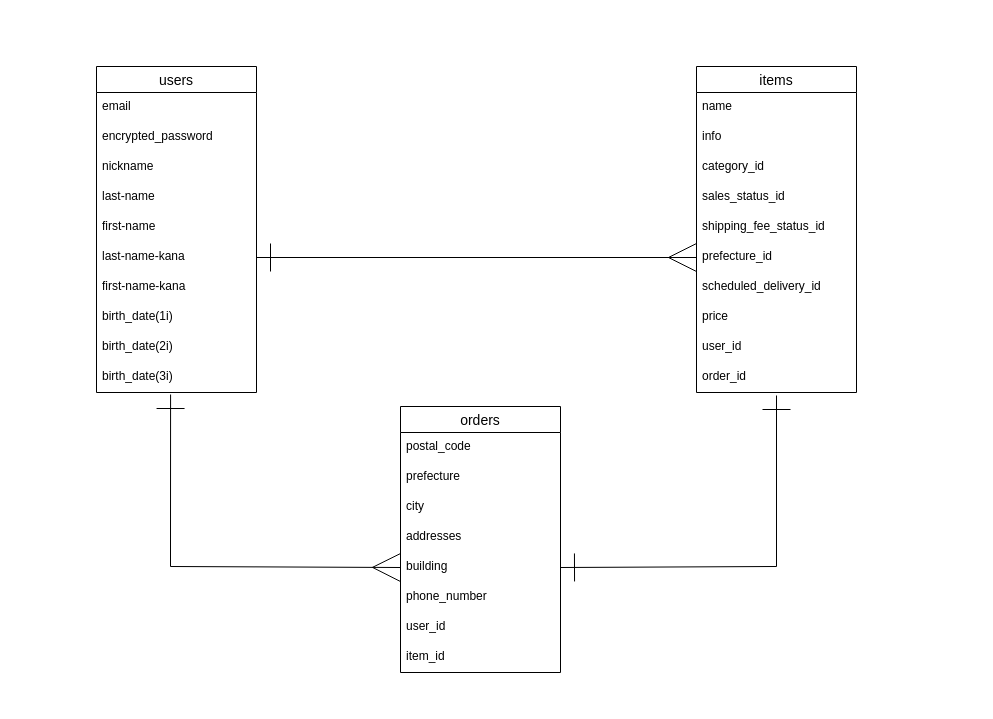
Before: er.dio in mamimama2024/furima-40338, a draw.io diagram. Source tidied: cells renumbered, new cells numbered last; positions are measured from the earlier drawing's top-left corner, leaving out a move shared by most shapes. Both pictures are drawn from the tidied source at 100%, with x=0, y=0 at pixel (16, 16).
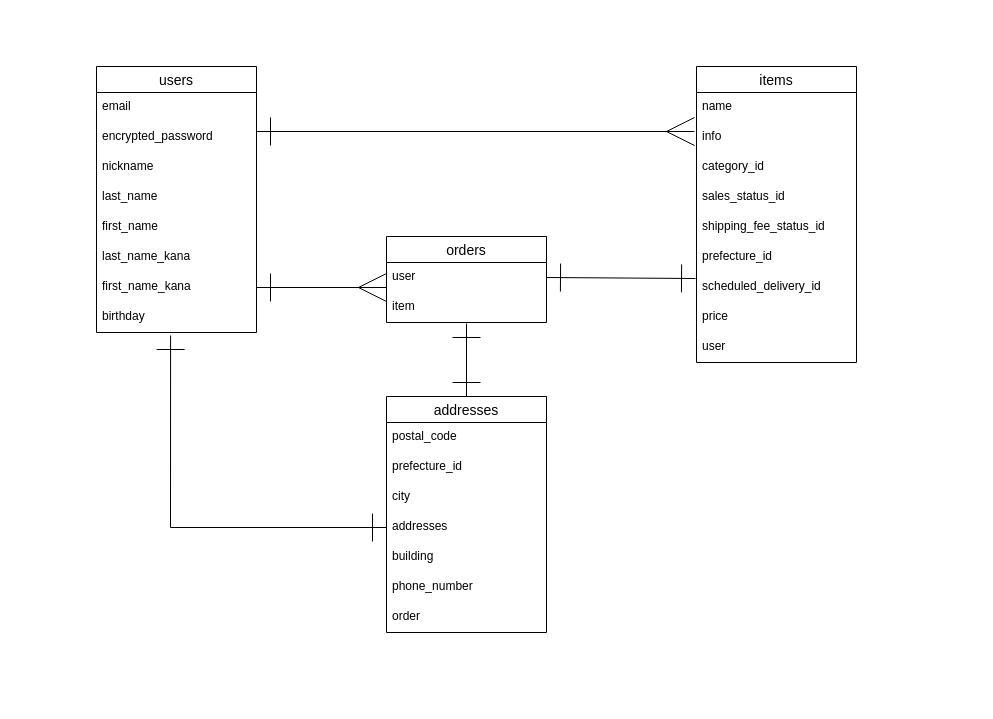
After the change.

Commit message (it also covers changes not shown here):
データベース設計の修正

Unchanged cells that the change refers to:
```xml
<mxCell id="4" value="encrypted_password" style="text;strokeColor=none;fillColor=none;spacingLeft=4;spacingRight=4;overflow=hidden;points=[[0,0.5],[1,0.5]];portConstraint=eastwest;fontSize=12;" parent="2" vertex="1">
  <mxGeometry y="56" width="160" height="30" as="geometry" />
</mxCell>
<mxCell id="19" value="prefecture_id" style="text;strokeColor=none;fillColor=none;spacingLeft=4;spacingRight=4;overflow=hidden;points=[[0,0.5],[1,0.5]];portConstraint=eastwest;fontSize=12;" parent="13" vertex="1">
  <mxGeometry y="176" width="160" height="30" as="geometry" />
</mxCell>
<mxCell id="20" value="scheduled_delivery_id" style="text;strokeColor=none;fillColor=none;spacingLeft=4;spacingRight=4;overflow=hidden;points=[[0,0.5],[1,0.5]];portConstraint=eastwest;fontSize=12;" parent="13" vertex="1">
  <mxGeometry y="206" width="160" height="30" as="geometry" />
</mxCell>
<mxCell id="29" value="addresses" style="text;strokeColor=none;fillColor=none;spacingLeft=4;spacingRight=4;overflow=hidden;points=[[0,0.5],[1,0.5]];portConstraint=eastwest;fontSize=12;" parent="25" vertex="1">
  <mxGeometry y="116" width="160" height="30" as="geometry" />
</mxCell>
<mxCell id="30" value="building" style="text;strokeColor=none;fillColor=none;spacingLeft=4;spacingRight=4;overflow=hidden;points=[[0,0.5],[1,0.5]];portConstraint=eastwest;fontSize=12;" parent="25" vertex="1">
  <mxGeometry y="146" width="160" height="30" as="geometry" />
</mxCell>
```

The edit, as a diff of the source:
```diff
@@
-<mxGraphModel background="#ffffff">
+<mxGraphModel>
@@
     <mxCell id="2" value="users" style="swimlane;fontStyle=0;horizontal=1;startSize=26;align=center;fontSize=14;" parent="1" vertex="1">
-      <mxGeometry x="80" y="50" width="160" height="326" as="geometry" />
+      <mxGeometry x="80" y="50" width="160" height="266" as="geometry" />
     </mxCell>
@@
-    <mxCell id="6" value="last-name" style="text;strokeColor=none;fillColor=none;spacingLeft=4;spacingRight=4;overflow=hidden;fontSize=12;" parent="2" vertex="1">
+    <mxCell id="6" value="last_name" style="text;strokeColor=none;fillColor=none;spacingLeft=4;spacingRight=4;overflow=hidden;fontSize=12;" parent="2" vertex="1">
       <mxGeometry y="116" width="160" height="30" as="geometry" />
     </mxCell>
-    <mxCell id="7" value="first-name" style="text;strokeColor=none;fillColor=none;spacingLeft=4;spacingRight=4;overflow=hidden;fontSize=12;" parent="2" vertex="1">
+    <mxCell id="7" value="first_name" style="text;strokeColor=none;fillColor=none;spacingLeft=4;spacingRight=4;overflow=hidden;fontSize=12;" parent="2" vertex="1">
       <mxGeometry y="146" width="160" height="30" as="geometry" />
     </mxCell>
-    <mxCell id="8" value="last-name-kana" style="text;strokeColor=none;fillColor=none;spacingLeft=4;spacingRight=4;overflow=hidden;points=[[0,0.5],[1,0.5]];portConstraint=eastwest;fontSize=12;" parent="2" vertex="1">
+    <mxCell id="8" value="last_name_kana" style="text;strokeColor=none;fillColor=none;spacingLeft=4;spacingRight=4;overflow=hidden;points=[[0,0.5],[1,0.5]];portConstraint=eastwest;fontSize=12;" parent="2" vertex="1">
       <mxGeometry y="176" width="160" height="30" as="geometry" />
     </mxCell>
-    <mxCell id="9" value="first-name-kana&#10;" style="text;strokeColor=none;fillColor=none;spacingLeft=4;spacingRight=4;overflow=hidden;points=[[0,0.5],[1,0.5]];portConstraint=eastwest;fontSize=12;" parent="2" vertex="1">
+    <mxCell id="9" value="first_name_kana&#10;" style="text;strokeColor=none;fillColor=none;spacingLeft=4;spacingRight=4;overflow=hidden;points=[[0,0.5],[1,0.5]];portConstraint=eastwest;fontSize=12;" parent="2" vertex="1">
       <mxGeometry y="206" width="160" height="30" as="geometry" />
     </mxCell>
-    <mxCell id="10" value="birth_date(1i)" style="text;strokeColor=none;fillColor=none;spacingLeft=4;spacingRight=4;overflow=hidden;points=[[0,0.5],[1,0.5]];portConstraint=eastwest;fontSize=12;" parent="2" vertex="1">
+    <mxCell id="10" value="birthday&#10;" style="text;strokeColor=none;fillColor=none;spacingLeft=4;spacingRight=4;overflow=hidden;points=[[0,0.5],[1,0.5]];portConstraint=eastwest;fontSize=12;" parent="2" vertex="1">
       <mxGeometry y="236" width="160" height="30" as="geometry" />
     </mxCell>
-    <mxCell id="11" value="birth_date(2i)" style="text;strokeColor=none;fillColor=none;spacingLeft=4;spacingRight=4;overflow=hidden;fontSize=12;" parent="2" vertex="1">
-      <mxGeometry y="266" width="160" height="30" as="geometry" />
-    </mxCell>
-    <mxCell id="12" value="birth_date(3i)" style="text;strokeColor=none;fillColor=none;spacingLeft=4;spacingRight=4;overflow=hidden;points=[[0,0.5],[1,0.5]];portConstraint=eastwest;fontSize=12;" parent="2" vertex="1">
-      <mxGeometry y="296" width="160" height="30" as="geometry" />
-    </mxCell>
     <mxCell id="13" value="items" style="swimlane;fontStyle=0;horizontal=1;startSize=26;align=center;fontSize=14;" parent="1" vertex="1">
-      <mxGeometry x="680" y="50" width="160" height="326" as="geometry" />
+      <mxGeometry x="680" y="50" width="160" height="296" as="geometry" />
     </mxCell>
@@
-    <mxCell id="22" value="user_id" style="text;strokeColor=none;fillColor=none;spacingLeft=4;spacingRight=4;overflow=hidden;fontSize=12;" parent="13" vertex="1">
+    <mxCell id="22" value="user" style="text;strokeColor=none;fillColor=none;spacingLeft=4;spacingRight=4;overflow=hidden;fontSize=12;" parent="13" vertex="1">
       <mxGeometry y="266" width="160" height="30" as="geometry" />
     </mxCell>
-    <mxCell id="23" value="order_id" style="text;strokeColor=none;fillColor=none;spacingLeft=4;spacingRight=4;overflow=hidden;points=[[0,0.5],[1,0.5]];portConstraint=eastwest;fontSize=12;" parent="13" vertex="1">
-      <mxGeometry y="296" width="160" height="30" as="geometry" />
-    </mxCell>
-    <mxCell id="24" style="edgeStyle=none;html=1;exitX=1;exitY=0.5;exitDx=0;exitDy=0;entryX=0;entryY=0.5;entryDx=0;entryDy=0;endArrow=ERmany;endFill=0;endSize=26;startSize=26;startArrow=ERone;startFill=0;" parent="1" edge="1" source="8" target="19">
-      <mxGeometry relative="1" as="geometry" />
+    <mxCell id="24" style="edgeStyle=none;html=1;exitX=1;exitY=0.3;exitDx=0;exitDy=0;endArrow=ERmany;endFill=0;endSize=26;startSize=26;startArrow=ERone;startFill=0;exitPerimeter=0;" parent="1" edge="1" source="4">
+      <mxGeometry relative="1" as="geometry">
+        <mxPoint x="678" y="115" as="targetPoint" />
+      </mxGeometry>
     </mxCell>
+    <mxCell id="38" style="edgeStyle=none;html=1;exitX=0.5;exitY=0;exitDx=0;exitDy=0;entryX=0.5;entryY=1.033;entryDx=0;entryDy=0;entryPerimeter=0;startArrow=ERone;startFill=0;endArrow=ERone;endFill=0;startSize=26;endSize=26;" parent="1" edge="1" source="25" target="41">
+      <mxGeometry relative="1" as="geometry" />
+    </mxCell>
-    <mxCell id="25" value="orders" style="swimlane;fontStyle=0;horizontal=1;startSize=26;align=center;fontSize=14;" parent="1" vertex="1">
-      <mxGeometry x="384" y="390" width="160" height="266" as="geometry" />
+    <mxCell id="25" value="addresses" style="swimlane;fontStyle=0;horizontal=1;startSize=26;align=center;fontSize=14;" parent="1" vertex="1">
+      <mxGeometry x="370" y="380" width="160" height="236" as="geometry" />
     </mxCell>
@@
-    <mxCell id="27" value="prefecture" style="text;strokeColor=none;fillColor=none;spacingLeft=4;spacingRight=4;overflow=hidden;fontSize=12;" parent="25" vertex="1">
+    <mxCell id="27" value="prefecture_id" style="text;strokeColor=none;fillColor=none;spacingLeft=4;spacingRight=4;overflow=hidden;fontSize=12;" parent="25" vertex="1">
       <mxGeometry y="56" width="160" height="30" as="geometry" />
     </mxCell>
@@
-    <mxCell id="32" value="user_id" style="text;strokeColor=none;fillColor=none;spacingLeft=4;spacingRight=4;overflow=hidden;fontSize=12;" parent="25" vertex="1">
+    <mxCell id="32" value="order" style="text;strokeColor=none;fillColor=none;spacingLeft=4;spacingRight=4;overflow=hidden;fontSize=12;" parent="25" vertex="1">
       <mxGeometry y="206" width="160" height="30" as="geometry" />
     </mxCell>
-    <mxCell id="33" value="item_id" style="text;strokeColor=none;fillColor=none;spacingLeft=4;spacingRight=4;overflow=hidden;fontSize=12;" parent="25" vertex="1">
-      <mxGeometry y="236" width="160" height="30" as="geometry" />
-    </mxCell>
-    <mxCell id="34" style="edgeStyle=none;rounded=0;html=1;exitX=0;exitY=0.5;exitDx=0;exitDy=0;entryX=0.463;entryY=1.067;entryDx=0;entryDy=0;entryPerimeter=0;startArrow=ERmany;startFill=0;endArrow=ERone;endFill=0;startSize=26;endSize=26;" parent="1" edge="1" source="30" target="12">
-      <mxGeometry relative="1" as="geometry">
-        <Array as="points">
-          <mxPoint x="154" y="550" />
-        </Array>
-      </mxGeometry>
-    </mxCell>
-    <mxCell id="35" style="edgeStyle=none;rounded=0;html=1;exitX=1;exitY=0.5;exitDx=0;exitDy=0;entryX=0.5;entryY=1.1;entryDx=0;entryDy=0;entryPerimeter=0;startArrow=ERone;startFill=0;endArrow=ERone;endFill=0;startSize=26;endSize=26;" parent="1" edge="1" source="30" target="23">
-      <mxGeometry relative="1" as="geometry">
-        <Array as="points">
-          <mxPoint x="760" y="550" />
-        </Array>
-      </mxGeometry>
-    </mxCell>
@@
     <mxCell id="37" style="rounded=0;whiteSpace=wrap;html=1;strokeColor=none;fillColor=#ffffff;" parent="1" vertex="1">
-      <mxGeometry x="930" y="656" width="30" height="30" as="geometry" />
+      <mxGeometry x="880" y="650" width="30" height="30" as="geometry" />
     </mxCell>
+    <mxCell id="39" value="orders" style="swimlane;fontStyle=0;horizontal=1;startSize=26;align=center;fontSize=14;" parent="1" vertex="1">
+      <mxGeometry x="370" y="220" width="160" height="86" as="geometry" />
+    </mxCell>
+    <mxCell id="40" value="user" style="text;strokeColor=none;fillColor=none;spacingLeft=4;spacingRight=4;overflow=hidden;points=[[0,0.5],[1,0.5]];portConstraint=eastwest;fontSize=12;" parent="39" vertex="1">
+      <mxGeometry y="26" width="160" height="30" as="geometry" />
+    </mxCell>
+    <mxCell id="41" value="item&#10;" style="text;strokeColor=none;fillColor=none;spacingLeft=4;spacingRight=4;overflow=hidden;points=[[0,0.5],[1,0.5]];portConstraint=eastwest;fontSize=12;" parent="39" vertex="1">
+      <mxGeometry y="56" width="160" height="30" as="geometry" />
+    </mxCell>
+    <mxCell id="42" style="edgeStyle=none;html=1;exitX=1;exitY=0.5;exitDx=0;exitDy=0;endSize=26;startSize=26;endArrow=ERmany;endFill=0;startArrow=ERone;startFill=0;" parent="1" edge="1" source="9">
+      <mxGeometry relative="1" as="geometry">
+        <mxPoint x="370" y="271" as="targetPoint" />
+      </mxGeometry>
+    </mxCell>
+    <mxCell id="43" style="edgeStyle=none;html=1;exitX=1;exitY=0.5;exitDx=0;exitDy=0;entryX=-0.006;entryY=0.2;entryDx=0;entryDy=0;entryPerimeter=0;startArrow=ERone;startFill=0;endArrow=ERone;endFill=0;startSize=26;endSize=26;" parent="1" edge="1" source="40" target="20">
+      <mxGeometry relative="1" as="geometry" />
+    </mxCell>
+    <mxCell id="44" style="edgeStyle=none;html=1;exitX=0;exitY=0.5;exitDx=0;exitDy=0;entryX=0.463;entryY=1.1;entryDx=0;entryDy=0;entryPerimeter=0;startArrow=ERone;startFill=0;endArrow=ERone;endFill=0;startSize=26;endSize=26;rounded=0;" parent="1" edge="1" source="29" target="10">
+      <mxGeometry relative="1" as="geometry">
+        <Array as="points">
+          <mxPoint x="154" y="511" />
+        </Array>
+      </mxGeometry>
+    </mxCell>
```
